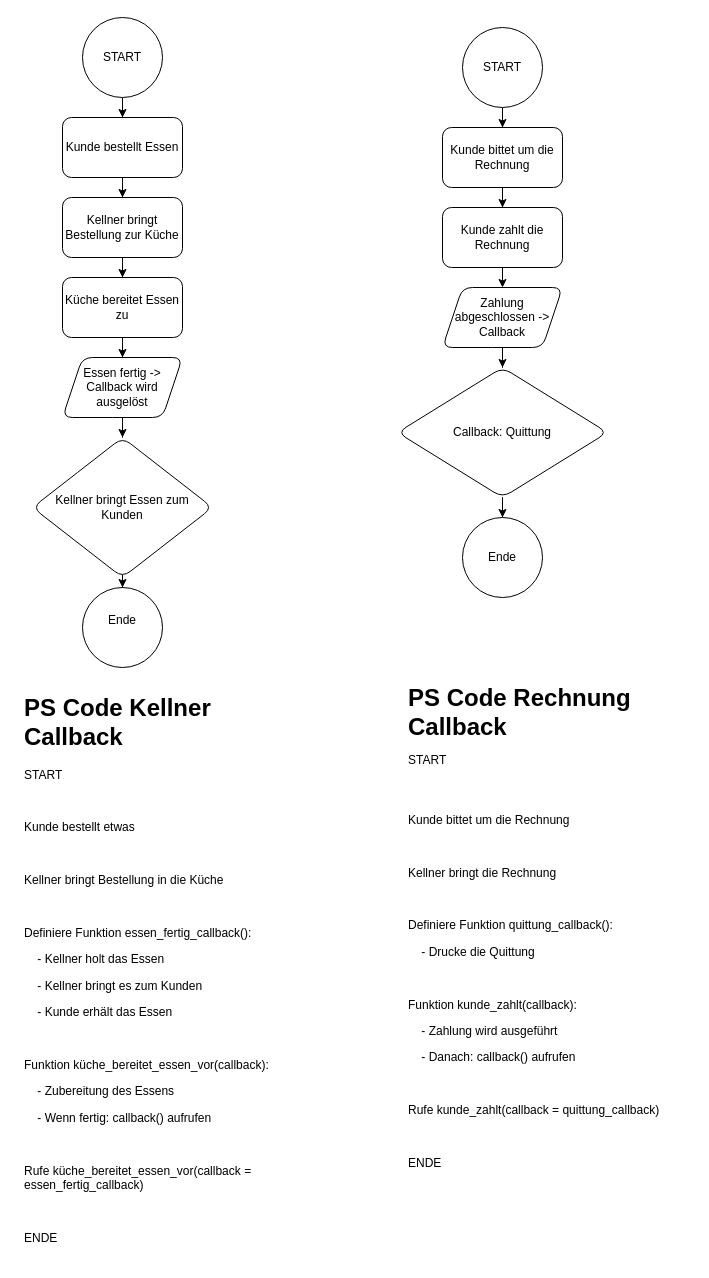
c0n-sudo/python keeps this draw.io diagram as docs/day3/kellner_rechnung_callbackfunction.drawio. Above is the earlier version. Source tidied: cells renumbered, new cells numbered last; positions are measured from the earlier drawing's top-left corner, leaving out a move shared by most shapes. Both pictures are drawn from the tidied source at 100%, with x=0, y=0 at pixel (22, 17).
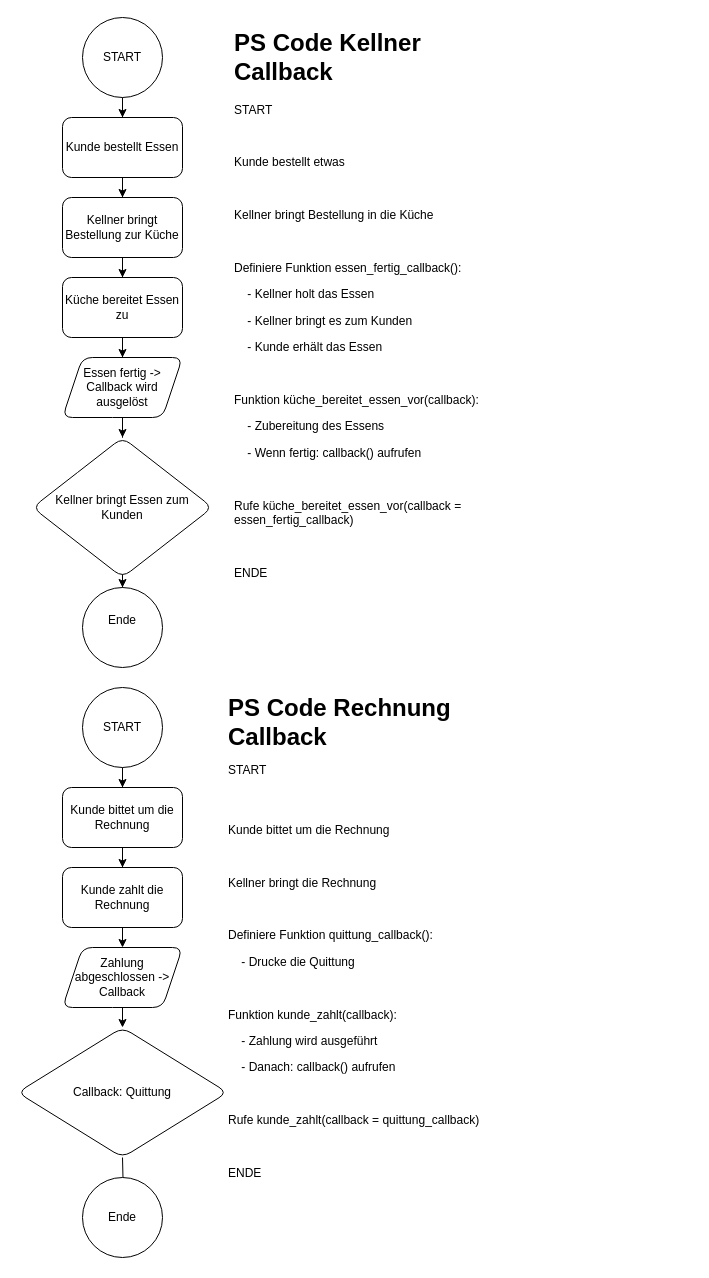
The same page after the edit.

Change to the diagram source:
```diff
@@
+    <mxCell id="26" value="&lt;h1 style=&quot;margin-top: 0px;&quot;&gt;PS Code Kellner Callback&lt;/h1&gt;&lt;p&gt;&lt;span style=&quot;background-color: transparent;&quot;&gt;START&lt;/span&gt;&lt;/p&gt;&lt;p&gt;&lt;br&gt;&lt;/p&gt;&lt;p&gt;Kunde bestellt etwas&lt;/p&gt;&lt;p&gt;&lt;br&gt;&lt;/p&gt;&lt;p&gt;Kellner bringt Bestellung in die Küche&lt;/p&gt;&lt;p&gt;&lt;br&gt;&lt;/p&gt;&lt;p&gt;Definiere Funktion essen_fertig_callback():&lt;/p&gt;&lt;p&gt;&amp;nbsp; &amp;nbsp; - Kellner holt das Essen&lt;/p&gt;&lt;p&gt;&amp;nbsp; &amp;nbsp; - Kellner bringt es zum Kunden&lt;/p&gt;&lt;p&gt;&amp;nbsp; &amp;nbsp; - Kunde erhält das Essen&lt;/p&gt;&lt;p&gt;&lt;br&gt;&lt;/p&gt;&lt;p&gt;Funktion küche_bereitet_essen_vor(callback):&lt;/p&gt;&lt;p&gt;&amp;nbsp; &amp;nbsp; - Zubereitung des Essens&lt;/p&gt;&lt;p&gt;&amp;nbsp; &amp;nbsp; - Wenn fertig: callback() aufrufen&lt;/p&gt;&lt;p&gt;&lt;br&gt;&lt;/p&gt;&lt;p&gt;Rufe küche_bereitet_essen_vor(callback = essen_fertig_callback)&lt;/p&gt;&lt;p&gt;&lt;br&gt;&lt;/p&gt;&lt;p&gt;ENDE&lt;/p&gt;&lt;div&gt;&lt;br&gt;&lt;/div&gt;" style="text;html=1;whiteSpace=wrap;overflow=hidden;rounded=0;" parent="1" vertex="1">
+      <mxGeometry x="210" y="5" width="280" height="570" as="geometry" />
+    </mxCell>
+    <mxCell id="27" value="&lt;h1 style=&quot;margin-top: 0px;&quot;&gt;&lt;span style=&quot;background-color: transparent; color: light-dark(rgb(0, 0, 0), rgb(255, 255, 255));&quot;&gt;PS Code Rechnung Callback&lt;br&gt;&lt;/span&gt;&lt;span style=&quot;background-color: transparent; color: light-dark(rgb(0, 0, 0), rgb(255, 255, 255)); font-size: 12px; font-weight: normal;&quot;&gt;START&lt;/span&gt;&lt;/h1&gt;&lt;p&gt;&lt;br&gt;&lt;/p&gt;&lt;p&gt;Kunde bittet um die Rechnung&lt;/p&gt;&lt;p&gt;&lt;br&gt;&lt;/p&gt;&lt;p&gt;Kellner bringt die Rechnung&lt;/p&gt;&lt;p&gt;&lt;br&gt;&lt;/p&gt;&lt;p&gt;Definiere Funktion quittung_callback():&lt;/p&gt;&lt;p&gt;&amp;nbsp; &amp;nbsp; - Drucke die Quittung&lt;/p&gt;&lt;p&gt;&lt;br&gt;&lt;/p&gt;&lt;p&gt;Funktion kunde_zahlt(callback):&lt;/p&gt;&lt;p&gt;&amp;nbsp; &amp;nbsp; - Zahlung wird ausgeführt&lt;/p&gt;&lt;p&gt;&amp;nbsp; &amp;nbsp; - Danach: callback() aufrufen&lt;/p&gt;&lt;p&gt;&lt;br&gt;&lt;/p&gt;&lt;p&gt;Rufe kunde_zahlt(callback = quittung_callback)&lt;/p&gt;&lt;p&gt;&lt;br&gt;&lt;/p&gt;&lt;p&gt;ENDE&lt;/p&gt;&lt;div&gt;&lt;br&gt;&lt;/div&gt;" style="text;html=1;whiteSpace=wrap;overflow=hidden;rounded=0;" parent="1" vertex="1">
+      <mxGeometry x="204" y="670" width="286" height="550" as="geometry" />
+    </mxCell>
@@
     <mxCell id="16" value="START" style="ellipse;whiteSpace=wrap;html=1;" parent="1" vertex="1">
-      <mxGeometry x="440" y="10" width="80" height="80" as="geometry" />
+      <mxGeometry x="60" y="670" width="80" height="80" as="geometry" />
     </mxCell>
@@
     <mxCell id="18" value="Kunde bittet um die Rechnung" style="rounded=1;whiteSpace=wrap;html=1;" parent="1" vertex="1">
-      <mxGeometry x="420" y="110" width="120" height="60" as="geometry" />
+      <mxGeometry x="40" y="770" width="120" height="60" as="geometry" />
     </mxCell>
@@
     <mxCell id="20" value="Kunde zahlt die Rechnung" style="rounded=1;whiteSpace=wrap;html=1;" parent="1" vertex="1">
-      <mxGeometry x="420" y="190" width="120" height="60" as="geometry" />
+      <mxGeometry x="40" y="850" width="120" height="60" as="geometry" />
     </mxCell>
-    <mxCell id="21" style="edgeStyle=orthogonalEdgeStyle;rounded=0;jettySize=auto;html=1;" parent="1" edge="1" source="22" target="24">
-      <mxGeometry relative="1" as="geometry" />
-    </mxCell>
+    <mxCell id="28" style="edgeStyle=orthogonalEdgeStyle;rounded=0;jettySize=auto;html=1;" parent="1" edge="1" source="22">
+      <mxGeometry relative="1" as="geometry">
+        <mxPoint x="100" y="1010" as="targetPoint" />
+      </mxGeometry>
+    </mxCell>
     <mxCell id="22" value="Zahlung abgeschlossen -&amp;gt; Callback" style="shape=parallelogram;perimeter=parallelogramPerimeter;whiteSpace=wrap;html=1;fixedSize=1;rounded=1;" parent="1" vertex="1">
-      <mxGeometry x="420" y="270" width="120" height="60" as="geometry" />
+      <mxGeometry x="40" y="930" width="120" height="60" as="geometry" />
     </mxCell>
-    <mxCell id="23" style="edgeStyle=orthogonalEdgeStyle;rounded=0;jettySize=auto;html=1;" parent="1" edge="1" source="24" target="25">
-      <mxGeometry relative="1" as="geometry" />
-    </mxCell>
+    <mxCell id="29" style="edgeStyle=orthogonalEdgeStyle;rounded=0;jettySize=auto;html=1;" parent="1" edge="1" target="25">
+      <mxGeometry relative="1" as="geometry">
+        <mxPoint x="100" y="1140" as="sourcePoint" />
+      </mxGeometry>
+    </mxCell>
     <mxCell id="24" value="Callback: Quittung" style="rhombus;whiteSpace=wrap;html=1;rounded=1;" parent="1" vertex="1">
-      <mxGeometry x="375" y="350" width="210" height="130" as="geometry" />
+      <mxGeometry x="-5" y="1010" width="210" height="130" as="geometry" />
     </mxCell>
     <mxCell id="25" value="Ende" style="ellipse;whiteSpace=wrap;html=1;rounded=1;" parent="1" vertex="1">
-      <mxGeometry x="440" y="500" width="80" height="80" as="geometry" />
+      <mxGeometry x="60" y="1160" width="80" height="80" as="geometry" />
     </mxCell>
-    <mxCell id="26" value="&lt;h1 style=&quot;margin-top: 0px;&quot;&gt;PS Code Kellner Callback&lt;/h1&gt;&lt;p&gt;&lt;span style=&quot;background-color: transparent;&quot;&gt;START&lt;/span&gt;&lt;/p&gt;&lt;p&gt;&lt;br&gt;&lt;/p&gt;&lt;p&gt;Kunde bestellt etwas&lt;/p&gt;&lt;p&gt;&lt;br&gt;&lt;/p&gt;&lt;p&gt;Kellner bringt Bestellung in die Küche&lt;/p&gt;&lt;p&gt;&lt;br&gt;&lt;/p&gt;&lt;p&gt;Definiere Funktion essen_fertig_callback():&lt;/p&gt;&lt;p&gt;&amp;nbsp; &amp;nbsp; - Kellner holt das Essen&lt;/p&gt;&lt;p&gt;&amp;nbsp; &amp;nbsp; - Kellner bringt es zum Kunden&lt;/p&gt;&lt;p&gt;&amp;nbsp; &amp;nbsp; - Kunde erhält das Essen&lt;/p&gt;&lt;p&gt;&lt;br&gt;&lt;/p&gt;&lt;p&gt;Funktion küche_bereitet_essen_vor(callback):&lt;/p&gt;&lt;p&gt;&amp;nbsp; &amp;nbsp; - Zubereitung des Essens&lt;/p&gt;&lt;p&gt;&amp;nbsp; &amp;nbsp; - Wenn fertig: callback() aufrufen&lt;/p&gt;&lt;p&gt;&lt;br&gt;&lt;/p&gt;&lt;p&gt;Rufe küche_bereitet_essen_vor(callback = essen_fertig_callback)&lt;/p&gt;&lt;p&gt;&lt;br&gt;&lt;/p&gt;&lt;p&gt;ENDE&lt;/p&gt;&lt;div&gt;&lt;br&gt;&lt;/div&gt;" style="text;html=1;whiteSpace=wrap;overflow=hidden;rounded=0;" parent="1" vertex="1">
-      <mxGeometry y="670" width="280" height="570" as="geometry" />
-    </mxCell>
-    <mxCell id="27" value="&lt;h1 style=&quot;margin-top: 0px;&quot;&gt;&lt;span style=&quot;background-color: transparent; color: light-dark(rgb(0, 0, 0), rgb(255, 255, 255));&quot;&gt;PS Code Rechnung Callback&lt;br&gt;&lt;/span&gt;&lt;span style=&quot;background-color: transparent; color: light-dark(rgb(0, 0, 0), rgb(255, 255, 255)); font-size: 12px; font-weight: normal;&quot;&gt;START&lt;/span&gt;&lt;/h1&gt;&lt;p&gt;&lt;br&gt;&lt;/p&gt;&lt;p&gt;Kunde bittet um die Rechnung&lt;/p&gt;&lt;p&gt;&lt;br&gt;&lt;/p&gt;&lt;p&gt;Kellner bringt die Rechnung&lt;/p&gt;&lt;p&gt;&lt;br&gt;&lt;/p&gt;&lt;p&gt;Definiere Funktion quittung_callback():&lt;/p&gt;&lt;p&gt;&amp;nbsp; &amp;nbsp; - Drucke die Quittung&lt;/p&gt;&lt;p&gt;&lt;br&gt;&lt;/p&gt;&lt;p&gt;Funktion kunde_zahlt(callback):&lt;/p&gt;&lt;p&gt;&amp;nbsp; &amp;nbsp; - Zahlung wird ausgeführt&lt;/p&gt;&lt;p&gt;&amp;nbsp; &amp;nbsp; - Danach: callback() aufrufen&lt;/p&gt;&lt;p&gt;&lt;br&gt;&lt;/p&gt;&lt;p&gt;Rufe kunde_zahlt(callback = quittung_callback)&lt;/p&gt;&lt;p&gt;&lt;br&gt;&lt;/p&gt;&lt;p&gt;ENDE&lt;/p&gt;&lt;div&gt;&lt;br&gt;&lt;/div&gt;" style="text;html=1;whiteSpace=wrap;overflow=hidden;rounded=0;" parent="1" vertex="1">
-      <mxGeometry x="384" y="660" width="286" height="550" as="geometry" />
-    </mxCell>
```
